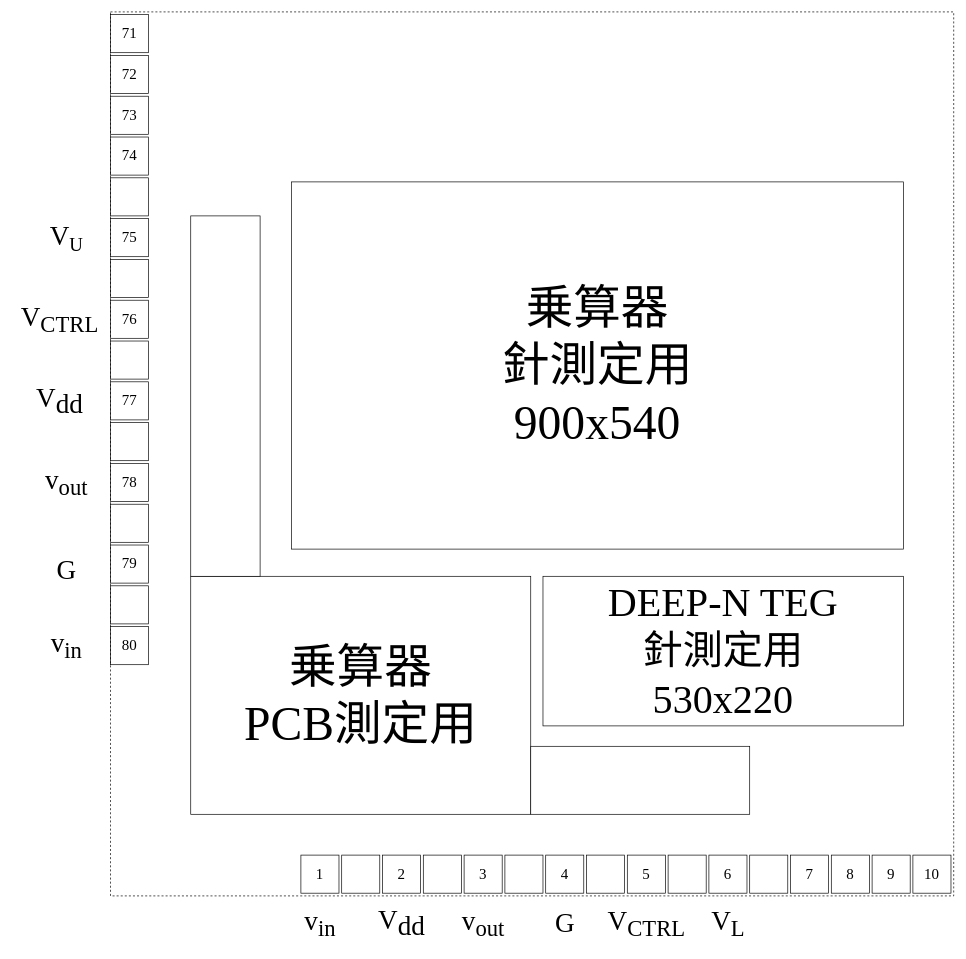
This is folded_gilbert/試作/20240115/floar_plan.drawio from kjm-desktop10400/reserch, a draw.io file, before an edit. Source tidied: cells renumbered, new cells numbered last; positions are measured from the earlier drawing's top-left corner, leaving out a move shared by most shapes. Both pictures are drawn from the tidied source at 68%, with x=0, y=0 at pixel (12, 12).
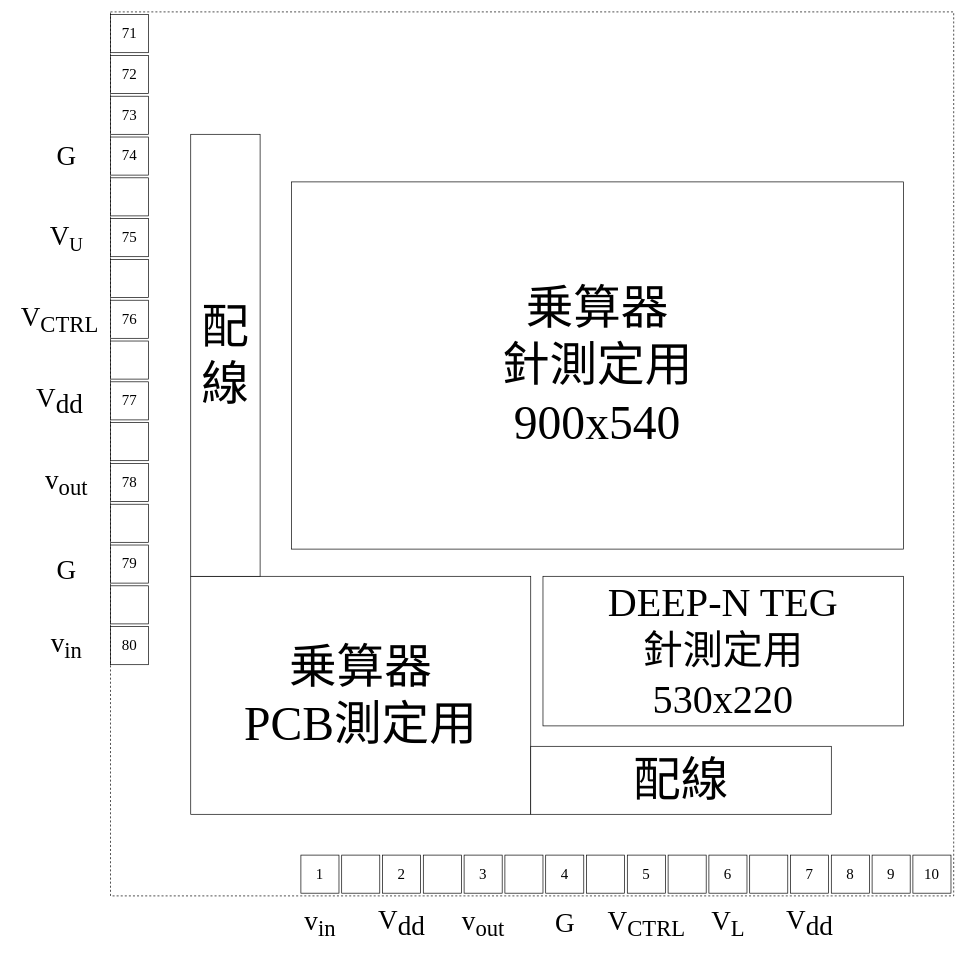
The same diagram, later.

What changed in the source:
```diff
@@
-    <mxCell id="37" style="rounded=0;whiteSpace=wrap;html=1;strokeColor=default;fontFamily=Times New Roman;fontSize=22;fontColor=default;fillColor=default;" parent="1" vertex="1">
-      <mxGeometry x="763" y="1080" width="322" height="100" as="geometry" />
+    <mxCell id="37" value="配線" style="rounded=0;whiteSpace=wrap;html=1;strokeColor=default;fontFamily=Times New Roman;fontSize=70;fontColor=default;fillColor=default;" parent="1" vertex="1">
+      <mxGeometry x="763" y="1080" width="442" height="100" as="geometry" />
     </mxCell>
-    <mxCell id="38" style="rounded=0;whiteSpace=wrap;html=1;strokeColor=default;fontFamily=Times New Roman;fontSize=22;fontColor=default;fillColor=default;" parent="1" vertex="1">
-      <mxGeometry x="263" y="300" width="102" height="530" as="geometry" />
+    <mxCell id="38" value="配線" style="rounded=0;whiteSpace=wrap;html=1;strokeColor=default;fontFamily=Times New Roman;fontSize=70;fontColor=default;fillColor=default;" parent="1" vertex="1">
+      <mxGeometry x="263" y="180" width="102" height="650" as="geometry" />
     </mxCell>
@@
+    <mxCell id="52" value="V&lt;sub style=&quot;font-size: 40px;&quot;&gt;dd&lt;/sub&gt;" style="text;html=1;align=center;verticalAlign=middle;strokeColor=none;fillColor=none;fontFamily=Times New Roman;fontSize=40;" parent="1" vertex="1">
+      <mxGeometry x="1128" y="1305" width="90" height="70" as="geometry" />
+    </mxCell>
+    <mxCell id="53" value="G" style="text;html=1;align=center;verticalAlign=middle;strokeColor=none;fillColor=none;fontSize=40;fontFamily=Times New Roman;fontColor=default;" parent="1" vertex="1">
+      <mxGeometry x="55" y="182" width="50" height="60" as="geometry" />
+    </mxCell>
```
